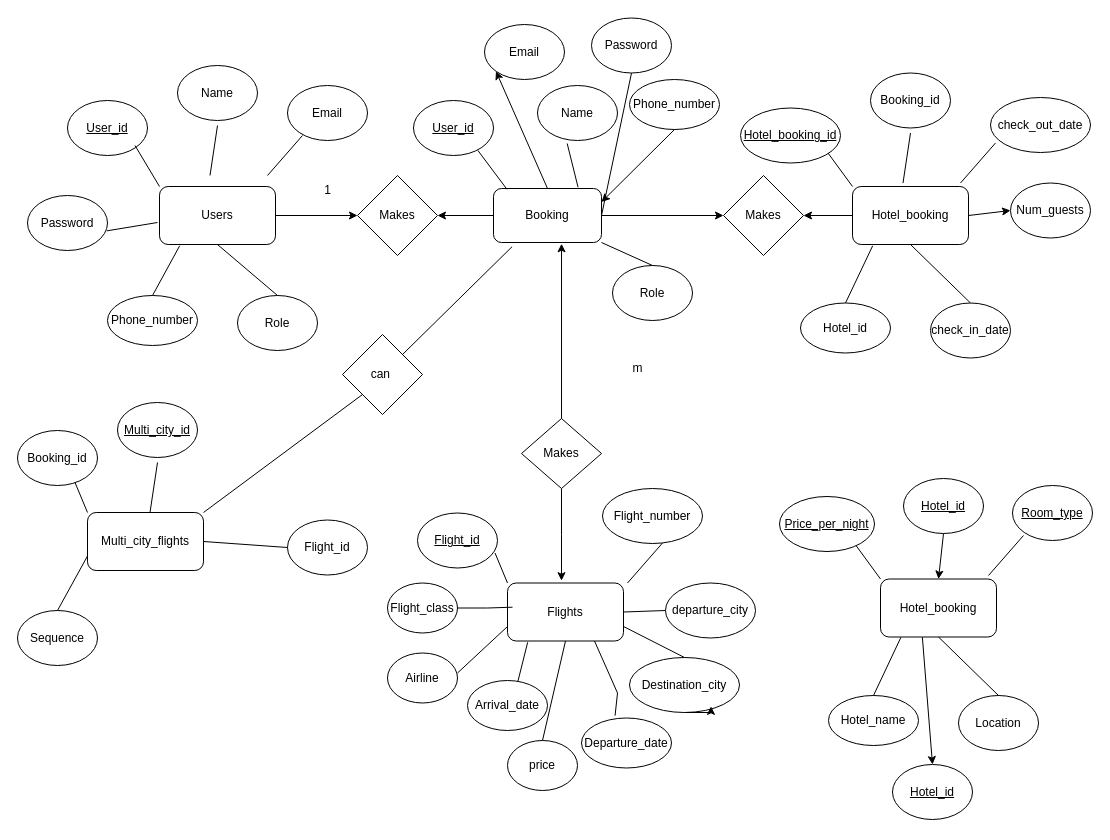
This is Untitled Diagram.drawio from owaesomar/Airline-ERD, a draw.io file, before an edit. Source tidied: cells renumbered, new cells numbered last; positions are measured from the earlier drawing's top-left corner, leaving out a move shared by most shapes. Both pictures are drawn from the tidied source at 100%, with x=0, y=0 at pixel (17, 17).
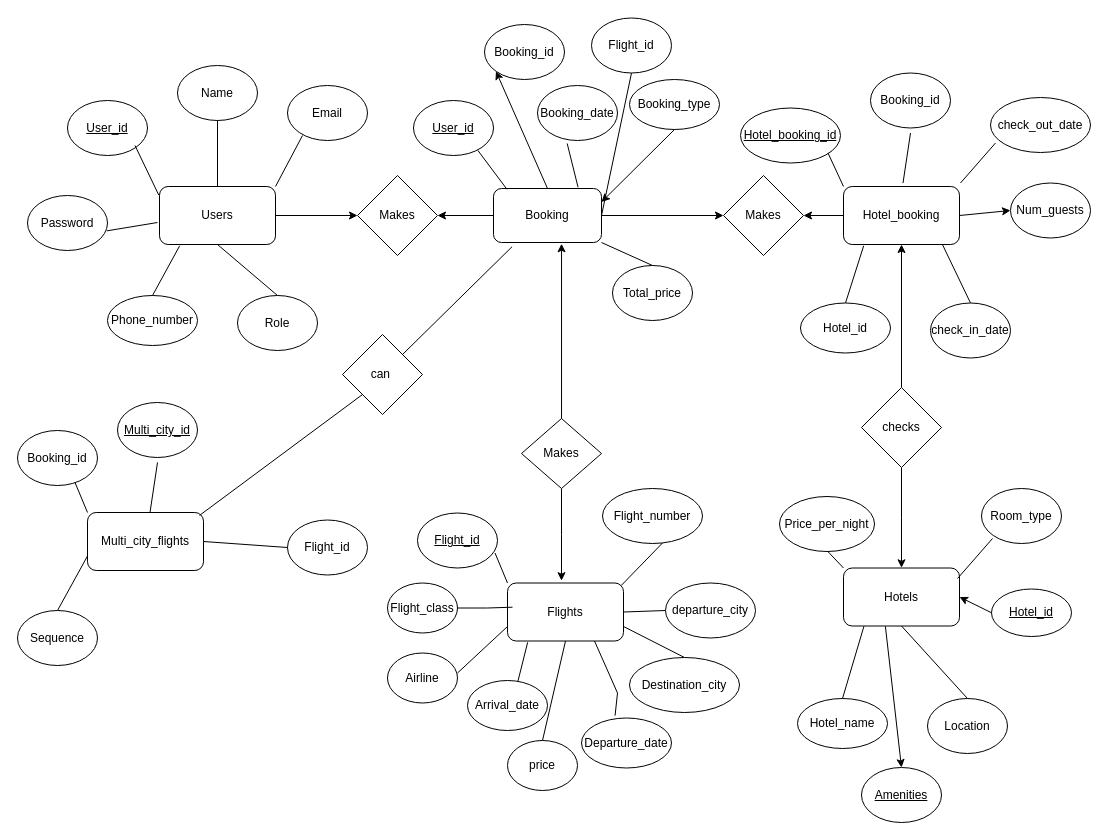
The same diagram, later.

Unchanged cells that the change refers to:
```xml
<mxCell id="3" value="Users" style="rounded=1;whiteSpace=wrap;html=1;" parent="1" vertex="1">
  <mxGeometry x="142" y="169" width="116" height="58" as="geometry" />
</mxCell>
<mxCell id="8" value="Name" style="ellipse;whiteSpace=wrap;html=1;" parent="1" vertex="1">
  <mxGeometry x="160" y="48" width="80" height="55" as="geometry" />
</mxCell>
<mxCell id="29" value="Flights" style="rounded=1;whiteSpace=wrap;html=1;" parent="1" vertex="1">
  <mxGeometry x="490" y="565.5" width="116" height="58" as="geometry" />
</mxCell>
<mxCell id="32" value="Destination_city" style="ellipse;whiteSpace=wrap;html=1;" parent="1" vertex="1">
  <mxGeometry x="612" y="640" width="110" height="55" as="geometry" />
</mxCell>
<mxCell id="52" value="can&amp;nbsp;" style="rhombus;whiteSpace=wrap;html=1;" parent="1" vertex="1">
  <mxGeometry x="325" y="317" width="80" height="80" as="geometry" />
</mxCell>
<mxCell id="53" value="Multi_city_flights" style="rounded=1;whiteSpace=wrap;html=1;" parent="1" vertex="1">
  <mxGeometry x="70" y="495" width="116" height="58" as="geometry" />
</mxCell>
<mxCell id="70" value="check_in_date" style="ellipse;whiteSpace=wrap;html=1;" parent="1" vertex="1">
  <mxGeometry x="913" y="285.5" width="80" height="55" as="geometry" />
</mxCell>
```

What changed in the source:
```diff
@@
-    <mxCell id="10" style="endArrow=none;html=1;rounded=0;" parent="1" edge="1">
+    <mxCell id="10" style="endArrow=none;html=1;rounded=0;exitX=1;exitY=0;exitDx=0;exitDy=0;" parent="1" edge="1" source="3">
       <mxGeometry relative="1" as="geometry">
-        <mxPoint x="250" y="158" as="sourcePoint" />
         <mxPoint x="285" y="118" as="targetPoint" />
       </mxGeometry>
     </mxCell>
-    <mxCell id="11" style="endArrow=none;html=1;rounded=0;" parent="1" edge="1">
-      <mxGeometry relative="1" as="geometry">
-        <mxPoint x="192.5" y="158" as="sourcePoint" />
-        <mxPoint x="200" y="108" as="targetPoint" />
-      </mxGeometry>
+    <mxCell id="11" style="endArrow=none;html=1;rounded=0;entryX=0.5;entryY=1;entryDx=0;entryDy=0;exitX=0.5;exitY=0;exitDx=0;exitDy=0;" parent="1" edge="1" source="3" target="8">
+      <mxGeometry relative="1" as="geometry" />
     </mxCell>
-    <mxCell id="12" style="endArrow=none;html=1;rounded=0;exitX=0;exitY=0;exitDx=0;exitDy=0;" parent="1" edge="1" source="3">
+    <mxCell id="12" style="endArrow=none;html=1;rounded=0;exitX=-0.006;exitY=0.149;exitDx=0;exitDy=0;exitPerimeter=0;" parent="1" edge="1" source="3">
       <mxGeometry relative="1" as="geometry">
         <mxPoint x="117.5" y="128" as="targetPoint" />
       </mxGeometry>
     </mxCell>
@@
-    <mxCell id="20" value="Password" style="ellipse;whiteSpace=wrap;html=1;" parent="1" vertex="1">
+    <mxCell id="20" value="Flight_id" style="ellipse;whiteSpace=wrap;html=1;" parent="1" vertex="1">
       <mxGeometry x="574" y="0.5" width="80" height="55" as="geometry" />
     </mxCell>
-    <mxCell id="21" value="Role" style="ellipse;whiteSpace=wrap;html=1;" parent="1" vertex="1">
+    <mxCell id="21" value="Total_price" style="ellipse;whiteSpace=wrap;html=1;" parent="1" vertex="1">
       <mxGeometry x="595" y="248" width="80" height="55" as="geometry" />
     </mxCell>
-    <mxCell id="22" value="Name" style="ellipse;whiteSpace=wrap;html=1;" parent="1" vertex="1">
+    <mxCell id="22" value="Booking_date" style="ellipse;whiteSpace=wrap;html=1;" parent="1" vertex="1">
       <mxGeometry x="520" y="68" width="80" height="55" as="geometry" />
     </mxCell>
@@
-    <mxCell id="28" value="1" style="text;html=1;align=center;verticalAlign=middle;strokeColor=none;fillColor=none;" parent="1" vertex="1">
-      <mxGeometry x="295" y="158" width="30" height="30" as="geometry" />
-    </mxCell>
@@
-    <mxCell id="35" style="endArrow=none;html=1;rounded=0;" parent="1" edge="1">
+    <mxCell id="35" style="endArrow=none;html=1;rounded=0;exitX=0.98;exitY=0.044;exitDx=0;exitDy=0;exitPerimeter=0;" parent="1" edge="1" source="29">
       <mxGeometry relative="1" as="geometry">
-        <mxPoint x="610" y="565.5" as="sourcePoint" />
         <mxPoint x="645" y="525.5" as="targetPoint" />
       </mxGeometry>
     </mxCell>
@@
-    <mxCell id="42" value="m" style="text;html=1;align=center;verticalAlign=middle;strokeColor=none;fillColor=none;" parent="1" vertex="1">
-      <mxGeometry x="605" y="336" width="30" height="30" as="geometry" />
-    </mxCell>
@@
-    <mxCell id="58" style="endArrow=none;html=1;rounded=0;entryX=0;entryY=1;entryDx=0;entryDy=0;exitX=1;exitY=0;exitDx=0;exitDy=0;" parent="1" edge="1" source="53" target="52">
+    <mxCell id="58" style="endArrow=none;html=1;rounded=0;entryX=0;entryY=1;entryDx=0;entryDy=0;exitX=0.966;exitY=0.05;exitDx=0;exitDy=0;exitPerimeter=0;" parent="1" edge="1" source="53" target="52">
       <mxGeometry relative="1" as="geometry" />
     </mxCell>
@@
-    <mxCell id="63" style="edgeStyle=orthogonalEdgeStyle;rounded=0;orthogonalLoop=1;jettySize=auto;html=1;exitX=0.5;exitY=1;exitDx=0;exitDy=0;entryX=0.741;entryY=0.888;entryDx=0;entryDy=0;entryPerimeter=0;" parent="1" edge="1" source="32" target="32">
-      <mxGeometry relative="1" as="geometry" />
-    </mxCell>
-    <mxCell id="64" value="Email" style="ellipse;whiteSpace=wrap;html=1;" parent="1" vertex="1">
+    <mxCell id="64" value="Booking_id" style="ellipse;whiteSpace=wrap;html=1;" parent="1" vertex="1">
       <mxGeometry x="467" y="7" width="80" height="55" as="geometry" />
     </mxCell>
@@
     <mxCell id="67" value="Hotel_booking" style="rounded=1;whiteSpace=wrap;html=1;" parent="1" vertex="1">
-      <mxGeometry x="835" y="169" width="116" height="58" as="geometry" />
+      <mxGeometry x="826" y="169" width="116" height="58" as="geometry" />
     </mxCell>
@@
-    <mxCell id="76" style="endArrow=none;html=1;rounded=0;exitX=0.5;exitY=0;exitDx=0;exitDy=0;entryX=0.5;entryY=1;entryDx=0;entryDy=0;" parent="1" edge="1" source="70" target="67">
+    <mxCell id="76" style="endArrow=none;html=1;rounded=0;exitX=0.5;exitY=0;exitDx=0;exitDy=0;entryX=0.853;entryY=1;entryDx=0;entryDy=0;entryPerimeter=0;" parent="1" edge="1" source="70" target="67">
       <mxGeometry relative="1" as="geometry" />
     </mxCell>
-    <mxCell id="77" value="Phone_number" style="ellipse;whiteSpace=wrap;html=1;" parent="1" vertex="1">
+    <mxCell id="77" value="Booking_type" style="ellipse;whiteSpace=wrap;html=1;" parent="1" vertex="1">
       <mxGeometry x="612" y="62" width="90" height="50" as="geometry" />
     </mxCell>
@@
-    <mxCell id="84" value="Hotel_booking" style="rounded=1;whiteSpace=wrap;html=1;" parent="1" vertex="1">
-      <mxGeometry x="863" y="561.5" width="116" height="58" as="geometry" />
+    <mxCell id="84" value="Hotels" style="rounded=1;whiteSpace=wrap;html=1;" parent="1" vertex="1">
+      <mxGeometry x="826" y="550.5" width="116" height="58" as="geometry" />
     </mxCell>
     <mxCell id="85" value="Hotel_name" style="ellipse;whiteSpace=wrap;html=1;" parent="1" vertex="1">
-      <mxGeometry x="811" y="678" width="90" height="50" as="geometry" />
+      <mxGeometry x="780" y="681" width="90" height="50" as="geometry" />
     </mxCell>
     <mxCell id="86" value="Location" style="ellipse;whiteSpace=wrap;html=1;" parent="1" vertex="1">
-      <mxGeometry x="941" y="678" width="80" height="55" as="geometry" />
+      <mxGeometry x="910" y="681" width="80" height="55" as="geometry" />
     </mxCell>
     <mxCell id="87" value="&lt;u&gt;Hotel_id&lt;/u&gt;" style="ellipse;whiteSpace=wrap;html=1;" parent="1" vertex="1">
-      <mxGeometry x="886" y="461" width="80" height="55" as="geometry" />
+      <mxGeometry x="974" y="571.5" width="80" height="47.5" as="geometry" />
     </mxCell>
     <mxCell id="88" style="endArrow=none;html=1;rounded=0;" parent="1" edge="1">
       <mxGeometry relative="1" as="geometry">
-        <mxPoint x="971" y="558" as="sourcePoint" />
-        <mxPoint x="1006" y="518" as="targetPoint" />
+        <mxPoint x="940" y="561" as="sourcePoint" />
+        <mxPoint x="975" y="521" as="targetPoint" />
       </mxGeometry>
     </mxCell>
     <mxCell id="89" style="endArrow=none;html=1;rounded=0;exitX=0;exitY=0;exitDx=0;exitDy=0;" parent="1" edge="1" source="84">
       <mxGeometry relative="1" as="geometry">
-        <mxPoint x="838.5" y="528" as="targetPoint" />
+        <mxPoint x="807.5" y="531" as="targetPoint" />
       </mxGeometry>
     </mxCell>
     <mxCell id="90" style="endArrow=none;html=1;rounded=0;entryX=0.176;entryY=1.006;entryDx=0;entryDy=0;entryPerimeter=0;" parent="1" edge="1" target="84">
       <mxGeometry relative="1" as="geometry">
-        <mxPoint x="856" y="678" as="sourcePoint" />
+        <mxPoint x="825" y="681" as="sourcePoint" />
       </mxGeometry>
     </mxCell>
@@
-    <mxCell id="92" style="edgeStyle=none;jettySize=auto;html=1;rounded=0;exitX=0.5;exitY=1;exitDx=0;exitDy=0;entryX=0.5;entryY=0;entryDx=0;entryDy=0;" parent="1" edge="1" source="87" target="84">
+    <mxCell id="92" style="edgeStyle=none;jettySize=auto;html=1;rounded=0;exitX=0;exitY=0.5;exitDx=0;exitDy=0;entryX=1;entryY=0.5;entryDx=0;entryDy=0;" parent="1" edge="1" source="87" target="84">
       <mxGeometry relative="1" as="geometry" />
     </mxCell>
-    <mxCell id="93" value="&lt;u&gt;Price_per_night&lt;/u&gt;" style="ellipse;whiteSpace=wrap;html=1;" parent="1" vertex="1">
+    <mxCell id="93" value="Price_per_night" style="ellipse;whiteSpace=wrap;html=1;" parent="1" vertex="1">
       <mxGeometry x="762" y="479" width="95" height="55" as="geometry" />
     </mxCell>
-    <mxCell id="94" value="&lt;u&gt;Room_type&lt;/u&gt;" style="ellipse;whiteSpace=wrap;html=1;" parent="1" vertex="1">
-      <mxGeometry x="995" y="468" width="80" height="55" as="geometry" />
+    <mxCell id="94" value="Room_type" style="ellipse;whiteSpace=wrap;html=1;" parent="1" vertex="1">
+      <mxGeometry x="964" y="471" width="80" height="55" as="geometry" />
     </mxCell>
-    <mxCell id="95" value="&lt;u&gt;Hotel_id&lt;/u&gt;" style="ellipse;whiteSpace=wrap;html=1;" parent="1" vertex="1">
-      <mxGeometry x="875" y="747" width="80" height="55" as="geometry" />
+    <mxCell id="95" value="&lt;u&gt;Amenities&lt;/u&gt;" style="ellipse;whiteSpace=wrap;html=1;" parent="1" vertex="1">
+      <mxGeometry x="844" y="750" width="80" height="55" as="geometry" />
     </mxCell>
@@
+    <mxCell id="97" style="edgeStyle=orthogonalEdgeStyle;rounded=0;jettySize=auto;html=1;entryX=0.5;entryY=1;entryDx=0;entryDy=0;" parent="1" edge="1" source="99" target="67">
+      <mxGeometry relative="1" as="geometry" />
+    </mxCell>
+    <mxCell id="98" style="edgeStyle=orthogonalEdgeStyle;rounded=0;jettySize=auto;html=1;" parent="1" edge="1" source="99">
+      <mxGeometry relative="1" as="geometry">
+        <mxPoint x="884" y="550.3" as="targetPoint" />
+      </mxGeometry>
+    </mxCell>
+    <mxCell id="99" value="checks" style="rhombus;whiteSpace=wrap;html=1;" parent="1" vertex="1">
+      <mxGeometry x="844" y="370" width="80" height="80" as="geometry" />
+    </mxCell>
```
